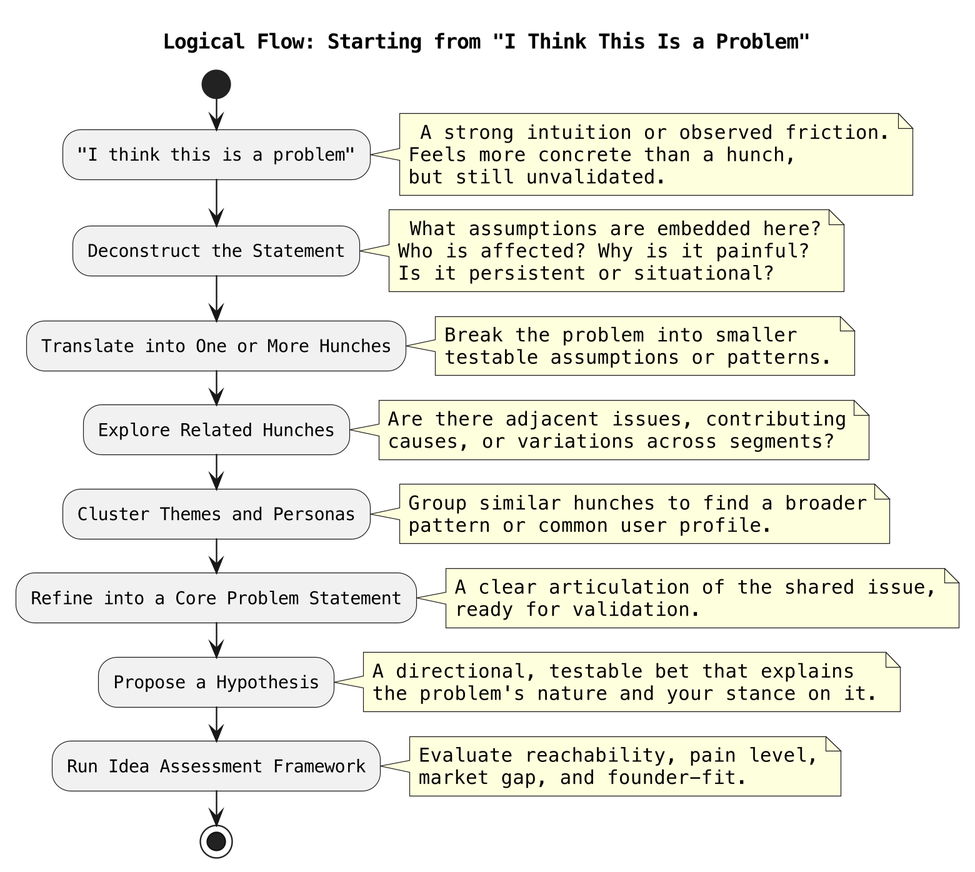
dcougias/OneDayMBA keeps this PlantUML diagram as SupportFiles/PlantUML/I think this is a problem.png. Above is the earlier version. Its source is kept beside it as SupportFiles/PlantUML/I think this is a problem.plantuml. The source it was exported from:
```plantuml
@startuml
!define RECTANGLE class

title Logical Flow: Starting from "I Think This Is a Problem"

start

:"I think this is a problem";
note right
 A strong intuition or observed friction.
Feels more concrete than a hunch,
but still unvalidated.
end note

:Deconstruct the Statement;
note right
 What assumptions are embedded here?
Who is affected? Why is it painful?
Is it persistent or situational?
end note

:Translate into One or More Hunches;
note right
 Break the problem into smaller
 testable assumptions or patterns.
end note

:Explore Related Hunches;
note right
 Are there adjacent issues, contributing
 causes, or variations across segments?
end note

:Cluster Themes and Personas;
note right
 Group similar hunches to find a broader
 pattern or common user profile.
end note

:Refine into a Core Problem Statement;
note right
 A clear articulation of the shared issue,
 ready for validation.
end note

:Propose a Hypothesis;
note right
 A directional, testable bet that explains
 the problem's nature and your stance on it.
end note

:Run Idea Assessment Framework;
note right
 Evaluate reachability, pain level,
 market gap, and founder-fit.
end note

stop

@enduml
```
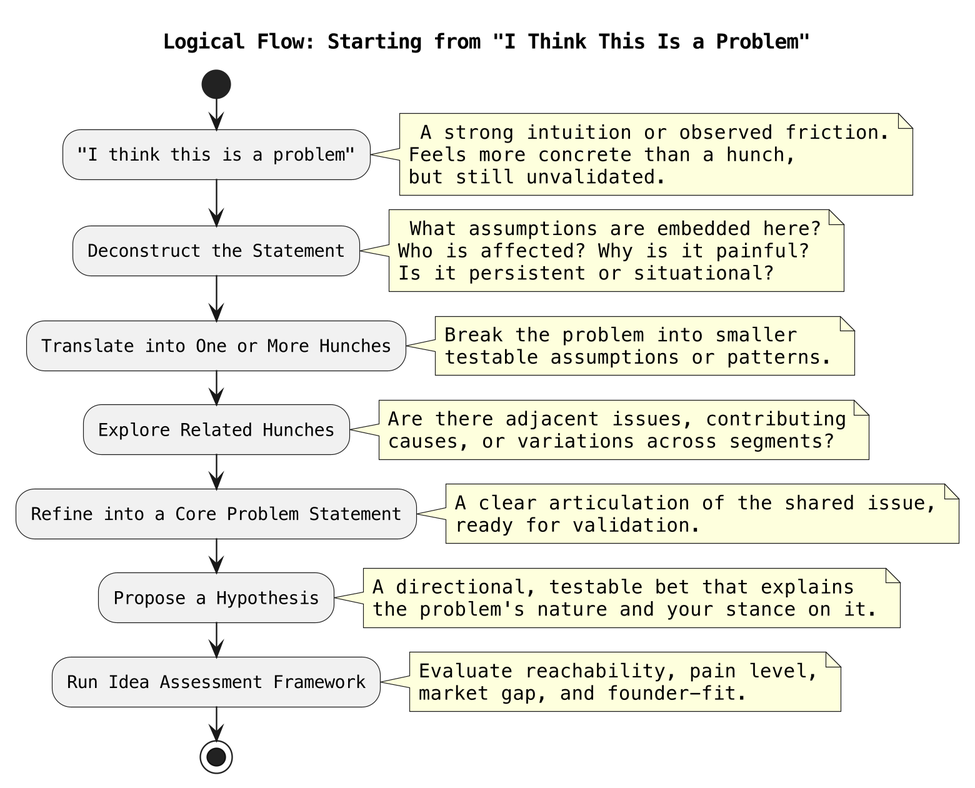
The same file after the commit.

What changed in the source:
```diff
@@ -31,12 +31,6 @@
  causes, or variations across segments?
 end note
 
-:Cluster Themes and Personas;
-note right
- Group similar hunches to find a broader
- pattern or common user profile.
-end note
-
 :Refine into a Core Problem Statement;
 note right
  A clear articulation of the shared issue,
```
